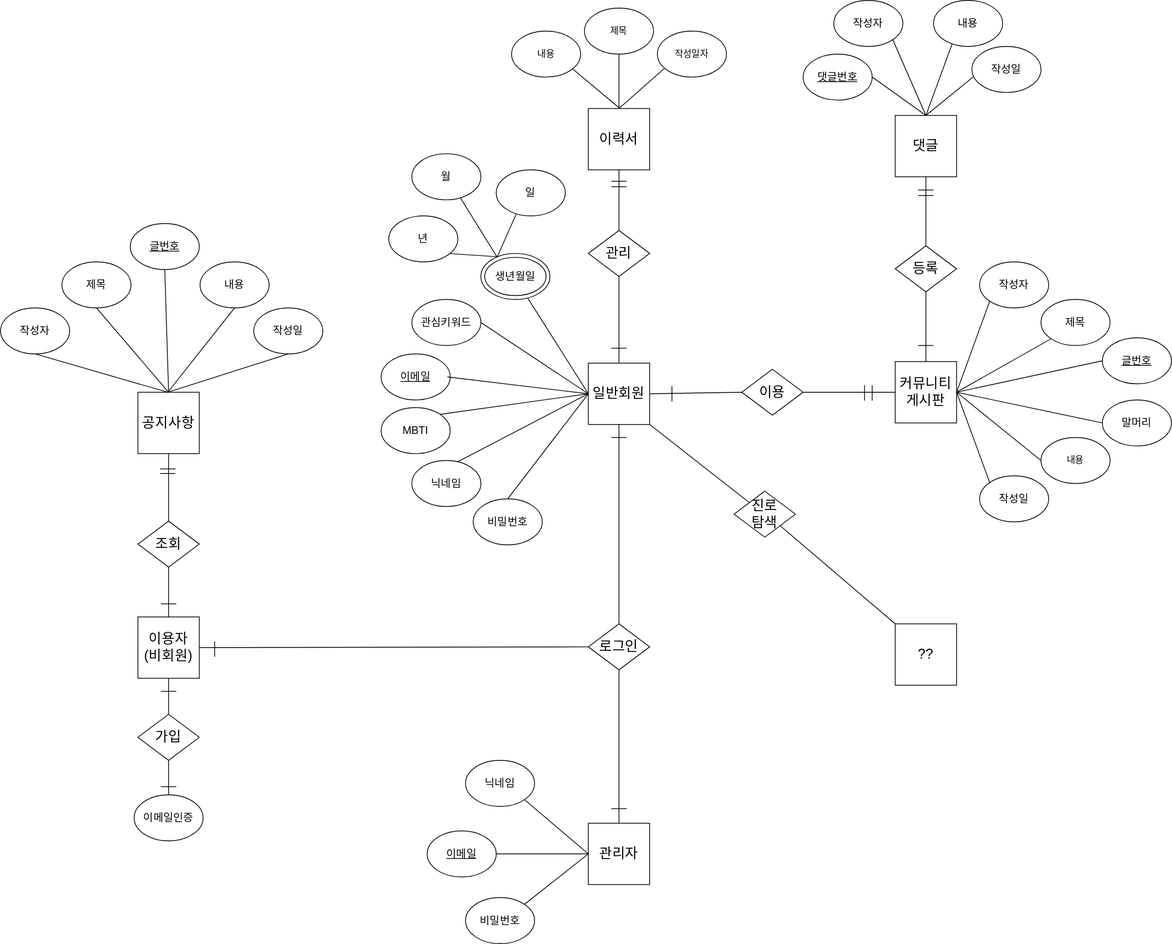
This is Untitled Diagram.svg from FNTJ/project1, a draw.io export, as it was before one commit. Source tidied: cells renumbered, new cells last; positions are measured from the earlier drawing's top-left corner, leaving out a move shared by most shapes.
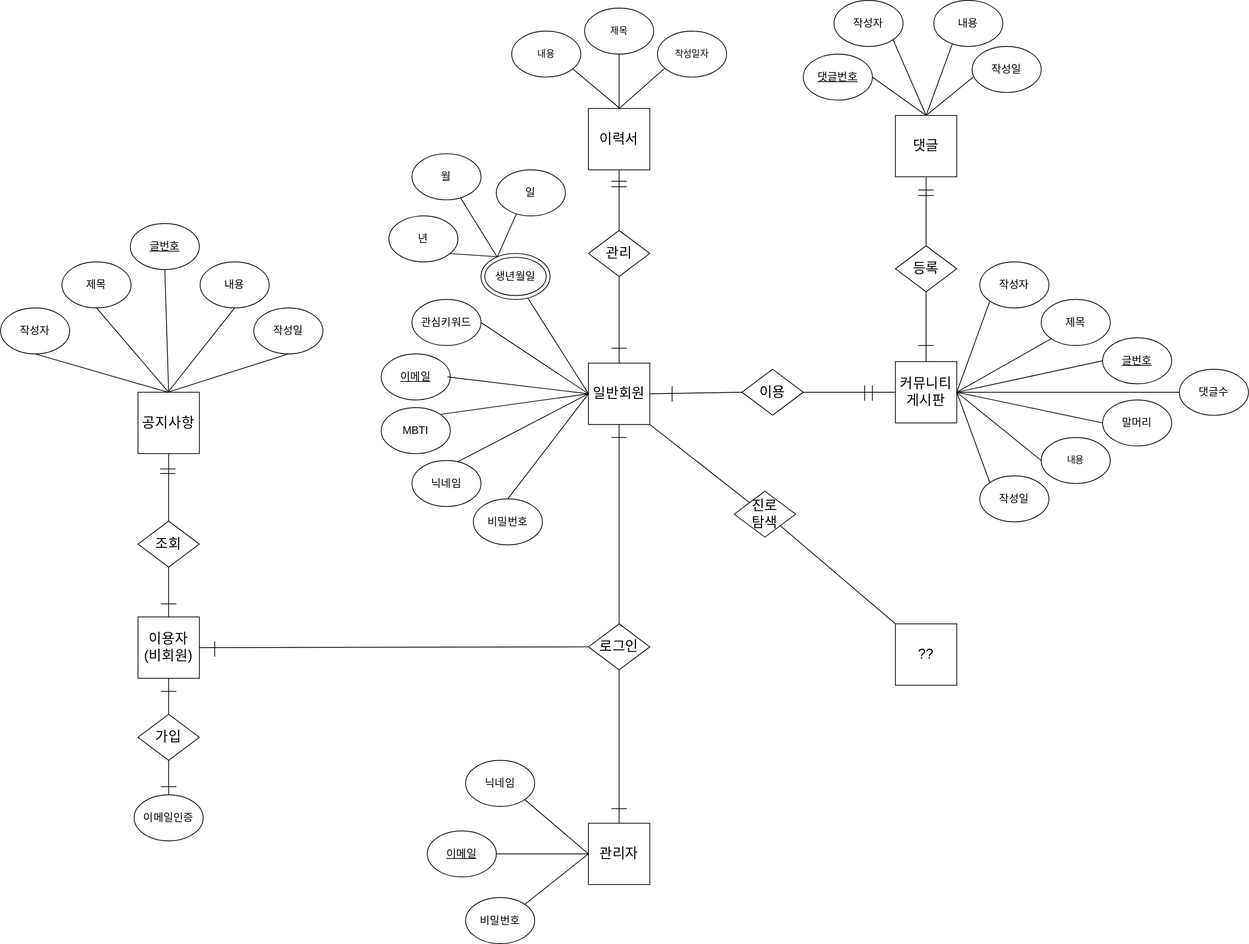
After the commit.

Diff of the diagram source:
```diff
@@ -404,5 +404,13 @@
         <mxPoint x="1216" y="450" as="targetPoint" />
       </mxGeometry>
     </mxCell>
+    <mxCell id="114" style="endArrow=none;html=1;exitX=1;exitY=0.5;exitDx=0;exitDy=0;" parent="1" edge="1" source="36">
+      <mxGeometry relative="1" as="geometry">
+        <mxPoint x="1536" y="511" as="targetPoint" />
+      </mxGeometry>
+    </mxCell>
+    <mxCell id="115" value="&lt;span style=&quot;font-size: 14px&quot;&gt;댓글수&lt;/span&gt;" style="ellipse;whiteSpace=wrap;html=1;direction=east;" parent="1" vertex="1">
+      <mxGeometry x="1536" y="481" width="90" height="60" as="geometry" />
+    </mxCell>
   </root>
 </mxGraphModel>
```
